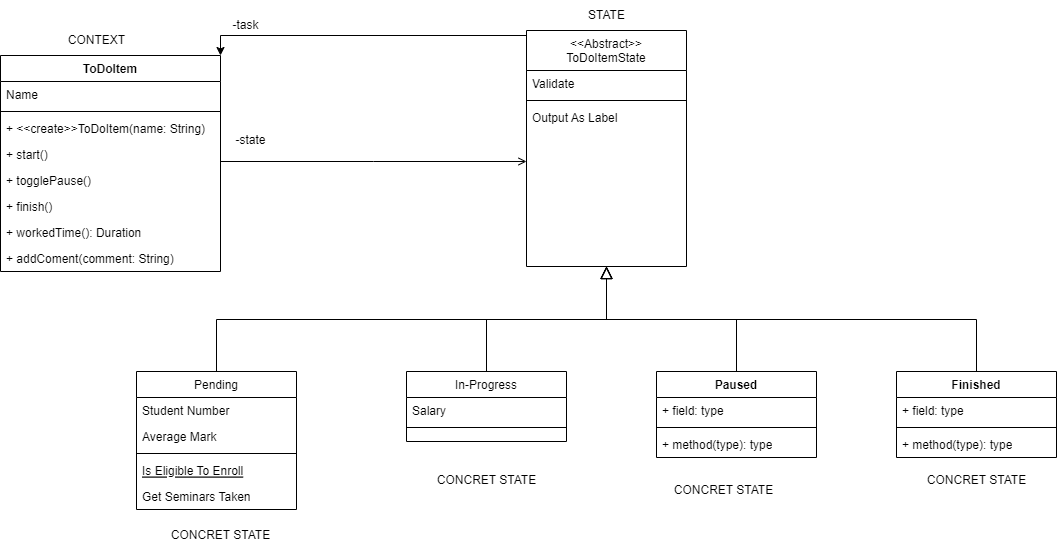
JuCenBer/OO2-Orientacion-Objetos2 keeps this draw.io diagram as UML/ejercicio7.png. Above is the earlier version. Source tidied: cells renumbered, new cells last; positions are measured from the earlier drawing's top-left corner, leaving out a move shared by most shapes.
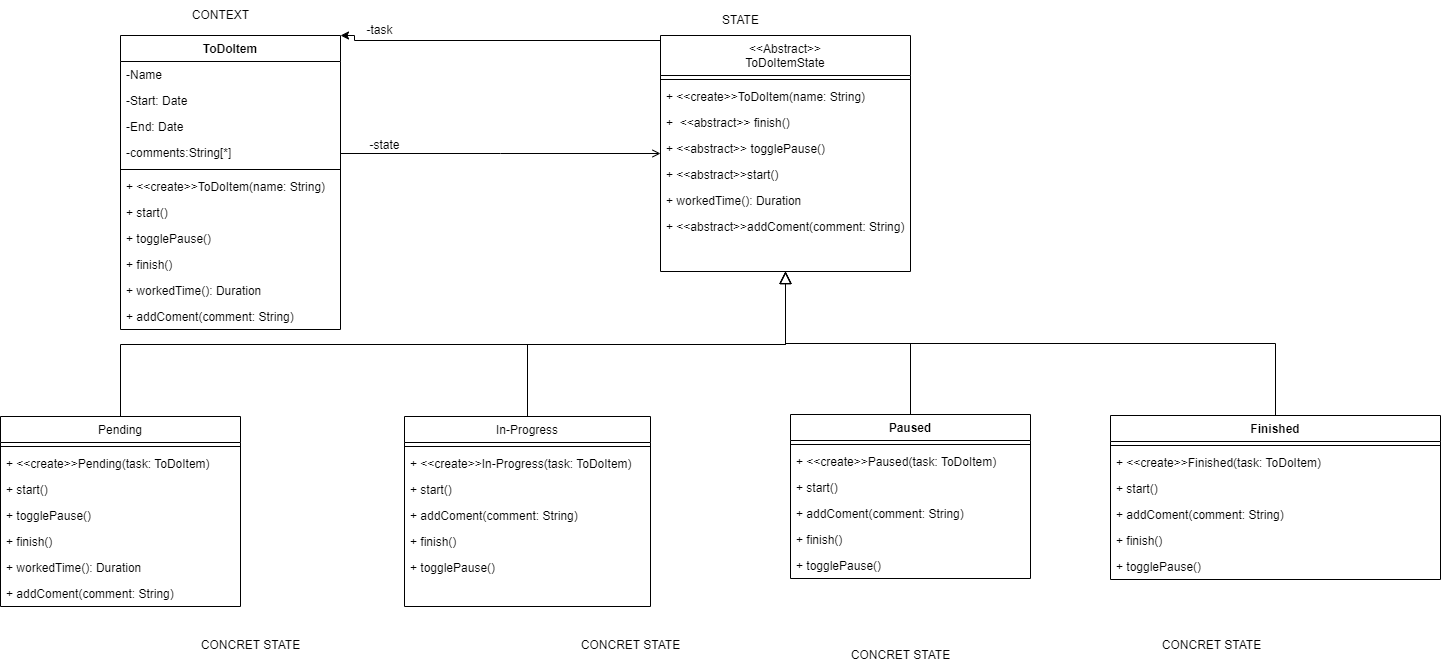
After the change.

What changed in the source:
```diff
@@ -3,62 +3,89 @@
     <mxCell id="0" />
     <mxCell id="1" parent="0" />
     <mxCell id="2" value="ToDoItem" style="swimlane;fontStyle=1;align=center;verticalAlign=top;horizontal=1;startSize=26;rounded=0;shadow=0;strokeWidth=1;" parent="1" vertex="1">
-      <mxGeometry y="55" width="220" height="216" as="geometry" />
+      <mxGeometry x="-14" y="30" width="220" height="294" as="geometry" />
     </mxCell>
+    <mxCell id="46" value="-Name" style="text;align=left;verticalAlign=top;spacingLeft=4;spacingRight=4;overflow=hidden;" parent="2" vertex="1">
+      <mxGeometry y="26" width="220" height="26" as="geometry" />
+    </mxCell>
+    <mxCell id="47" value="-Start: Date" style="text;align=left;verticalAlign=top;spacingLeft=4;spacingRight=4;overflow=hidden;" parent="2" vertex="1">
+      <mxGeometry y="52" width="220" height="26" as="geometry" />
+    </mxCell>
+    <mxCell id="48" value="-End: Date" style="text;align=left;verticalAlign=top;spacingLeft=4;spacingRight=4;overflow=hidden;" parent="2" vertex="1">
+      <mxGeometry y="78" width="220" height="26" as="geometry" />
+    </mxCell>
-    <mxCell id="3" value="Name" style="text;align=left;verticalAlign=top;spacingLeft=4;spacingRight=4;overflow=hidden;" parent="2" vertex="1">
-      <mxGeometry y="26" width="220" height="26" as="geometry" />
+    <mxCell id="3" value="-comments:String[*]" style="text;align=left;verticalAlign=top;spacingLeft=4;spacingRight=4;overflow=hidden;" parent="2" vertex="1">
+      <mxGeometry y="104" width="220" height="26" as="geometry" />
     </mxCell>
     <mxCell id="4" style="line;html=1;strokeWidth=1;align=left;verticalAlign=middle;spacingTop=-1;spacingLeft=3;spacingRight=3;labelPosition=right;" parent="2" vertex="1">
-      <mxGeometry y="52" width="220" height="8" as="geometry" />
+      <mxGeometry y="130" width="220" height="8" as="geometry" />
     </mxCell>
     <mxCell id="5" value="+ &lt;&lt;create&gt;&gt;ToDoItem(name: String)" style="text;align=left;verticalAlign=top;spacingLeft=4;spacingRight=4;overflow=hidden;" parent="2" vertex="1">
-      <mxGeometry y="60" width="220" height="26" as="geometry" />
+      <mxGeometry y="138" width="220" height="26" as="geometry" />
     </mxCell>
     <mxCell id="6" value="+ start()" style="text;align=left;verticalAlign=top;spacingLeft=4;spacingRight=4;overflow=hidden;" parent="2" vertex="1">
-      <mxGeometry y="86" width="220" height="26" as="geometry" />
+      <mxGeometry y="164" width="220" height="26" as="geometry" />
     </mxCell>
     <mxCell id="7" value="+ togglePause()" style="text;align=left;verticalAlign=top;spacingLeft=4;spacingRight=4;overflow=hidden;" parent="2" vertex="1">
-      <mxGeometry y="112" width="220" height="26" as="geometry" />
+      <mxGeometry y="190" width="220" height="26" as="geometry" />
     </mxCell>
     <mxCell id="8" value="+ finish()" style="text;align=left;verticalAlign=top;spacingLeft=4;spacingRight=4;overflow=hidden;" parent="2" vertex="1">
-      <mxGeometry y="138" width="220" height="26" as="geometry" />
+      <mxGeometry y="216" width="220" height="26" as="geometry" />
     </mxCell>
     <mxCell id="9" value="+ workedTime(): Duration" style="text;align=left;verticalAlign=top;spacingLeft=4;spacingRight=4;overflow=hidden;" parent="2" vertex="1">
-      <mxGeometry y="164" width="220" height="26" as="geometry" />
+      <mxGeometry y="242" width="220" height="26" as="geometry" />
     </mxCell>
     <mxCell id="10" value="+ addComent(comment: String)" style="text;align=left;verticalAlign=top;spacingLeft=4;spacingRight=4;overflow=hidden;" parent="2" vertex="1">
-      <mxGeometry y="190" width="220" height="26" as="geometry" />
+      <mxGeometry y="268" width="220" height="26" as="geometry" />
     </mxCell>
     <mxCell id="11" value="Pending" style="swimlane;fontStyle=0;align=center;verticalAlign=top;horizontal=1;startSize=26;rounded=0;shadow=0;strokeWidth=1;" parent="1" vertex="1">
-      <mxGeometry x="136" y="371" width="160" height="138" as="geometry" />
+      <mxGeometry x="-134" y="411" width="240" height="190" as="geometry" />
     </mxCell>
-    <mxCell id="12" value="Student Number" style="text;align=left;verticalAlign=top;spacingLeft=4;spacingRight=4;overflow=hidden;" parent="11" vertex="1">
-      <mxGeometry y="26" width="160" height="26" as="geometry" />
-    </mxCell>
-    <mxCell id="13" value="Average Mark" style="text;align=left;verticalAlign=top;spacingLeft=4;spacingRight=4;overflow=hidden;rounded=0;shadow=0;html=0;" parent="11" vertex="1">
-      <mxGeometry y="52" width="160" height="26" as="geometry" />
-    </mxCell>
     <mxCell id="14" style="line;html=1;strokeWidth=1;align=left;verticalAlign=middle;spacingTop=-1;spacingLeft=3;spacingRight=3;labelPosition=right;" parent="11" vertex="1">
-      <mxGeometry y="78" width="160" height="8" as="geometry" />
+      <mxGeometry y="26" width="240" height="8" as="geometry" />
     </mxCell>
-    <mxCell id="15" value="Is Eligible To Enroll" style="text;align=left;verticalAlign=top;spacingLeft=4;spacingRight=4;overflow=hidden;fontStyle=4;" parent="11" vertex="1">
-      <mxGeometry y="86" width="160" height="26" as="geometry" />
-    </mxCell>
-    <mxCell id="16" value="Get Seminars Taken" style="text;align=left;verticalAlign=top;spacingLeft=4;spacingRight=4;overflow=hidden;" parent="11" vertex="1">
-      <mxGeometry y="112" width="160" height="26" as="geometry" />
-    </mxCell>
+    <mxCell id="49" value="+ &lt;&lt;create&gt;&gt;Pending(task: ToDoItem)" style="text;align=left;verticalAlign=top;spacingLeft=4;spacingRight=4;overflow=hidden;" parent="11" vertex="1">
+      <mxGeometry y="34" width="240" height="26" as="geometry" />
+    </mxCell>
+    <mxCell id="50" value="+ start()" style="text;align=left;verticalAlign=top;spacingLeft=4;spacingRight=4;overflow=hidden;" parent="11" vertex="1">
+      <mxGeometry y="60" width="240" height="26" as="geometry" />
+    </mxCell>
+    <mxCell id="51" value="+ togglePause()" style="text;align=left;verticalAlign=top;spacingLeft=4;spacingRight=4;overflow=hidden;" parent="11" vertex="1">
+      <mxGeometry y="86" width="240" height="26" as="geometry" />
+    </mxCell>
+    <mxCell id="52" value="+ finish()" style="text;align=left;verticalAlign=top;spacingLeft=4;spacingRight=4;overflow=hidden;" parent="11" vertex="1">
+      <mxGeometry y="112" width="240" height="26" as="geometry" />
+    </mxCell>
+    <mxCell id="53" value="+ workedTime(): Duration" style="text;align=left;verticalAlign=top;spacingLeft=4;spacingRight=4;overflow=hidden;" parent="11" vertex="1">
+      <mxGeometry y="138" width="240" height="26" as="geometry" />
+    </mxCell>
+    <mxCell id="54" value="+ addComent(comment: String)" style="text;align=left;verticalAlign=top;spacingLeft=4;spacingRight=4;overflow=hidden;" parent="11" vertex="1">
+      <mxGeometry y="164" width="240" height="26" as="geometry" />
+    </mxCell>
     <mxCell id="17" style="endArrow=block;endSize=10;endFill=0;shadow=0;strokeWidth=1;rounded=0;edgeStyle=elbowEdgeStyle;elbow=vertical;entryX=0.5;entryY=1;entryDx=0;entryDy=0;" parent="1" edge="1" source="11" target="23">
       <mxGeometry relative="1" as="geometry" />
     </mxCell>
     <mxCell id="18" value="In-Progress" style="swimlane;fontStyle=0;align=center;verticalAlign=top;horizontal=1;startSize=26;rounded=0;shadow=0;strokeWidth=1;" parent="1" vertex="1">
-      <mxGeometry x="406" y="371" width="160" height="70" as="geometry" />
+      <mxGeometry x="270" y="411" width="246" height="190" as="geometry" />
     </mxCell>
-    <mxCell id="19" value="Salary" style="text;align=left;verticalAlign=top;spacingLeft=4;spacingRight=4;overflow=hidden;" parent="18" vertex="1">
-      <mxGeometry y="26" width="160" height="26" as="geometry" />
-    </mxCell>
     <mxCell id="20" style="line;html=1;strokeWidth=1;align=left;verticalAlign=middle;spacingTop=-1;spacingLeft=3;spacingRight=3;labelPosition=right;" parent="18" vertex="1">
-      <mxGeometry y="52" width="160" height="8" as="geometry" />
+      <mxGeometry y="26" width="246" height="8" as="geometry" />
     </mxCell>
+    <mxCell id="55" value="+ &lt;&lt;create&gt;&gt;In-Progress(task: ToDoItem)" style="text;align=left;verticalAlign=top;spacingLeft=4;spacingRight=4;overflow=hidden;" parent="18" vertex="1">
+      <mxGeometry y="34" width="246" height="26" as="geometry" />
+    </mxCell>
+    <mxCell id="56" value="+ start()" style="text;align=left;verticalAlign=top;spacingLeft=4;spacingRight=4;overflow=hidden;" parent="18" vertex="1">
+      <mxGeometry y="60" width="246" height="26" as="geometry" />
+    </mxCell>
+    <mxCell id="57" value="+ addComent(comment: String)" style="text;align=left;verticalAlign=top;spacingLeft=4;spacingRight=4;overflow=hidden;" parent="18" vertex="1">
+      <mxGeometry y="86" width="246" height="26" as="geometry" />
+    </mxCell>
+    <mxCell id="58" value="+ finish()" style="text;align=left;verticalAlign=top;spacingLeft=4;spacingRight=4;overflow=hidden;" parent="18" vertex="1">
+      <mxGeometry y="112" width="246" height="26" as="geometry" />
+    </mxCell>
+    <mxCell id="59" value="+ togglePause()" style="text;align=left;verticalAlign=top;spacingLeft=4;spacingRight=4;overflow=hidden;" parent="18" vertex="1">
+      <mxGeometry y="138" width="246" height="26" as="geometry" />
+    </mxCell>
     <mxCell id="21" style="endArrow=block;endSize=10;endFill=0;shadow=0;strokeWidth=1;rounded=0;edgeStyle=elbowEdgeStyle;elbow=vertical;entryX=0.5;entryY=1;entryDx=0;entryDy=0;" parent="1" edge="1" source="18" target="23">
       <mxGeometry relative="1" as="geometry" />
     </mxCell>
@@ -71,17 +98,29 @@
       </mxGeometry>
     </mxCell>
     <mxCell id="23" value="&lt;&lt;Abstract&gt;&gt;&#10;ToDoItemState" style="swimlane;fontStyle=0;align=center;verticalAlign=top;horizontal=1;startSize=40;rounded=0;shadow=0;strokeWidth=1;" parent="1" vertex="1">
-      <mxGeometry x="526" y="30" width="160" height="236" as="geometry" />
+      <mxGeometry x="526" y="30" width="250" height="236" as="geometry" />
     </mxCell>
-    <mxCell id="24" value="Validate" style="text;align=left;verticalAlign=top;spacingLeft=4;spacingRight=4;overflow=hidden;" parent="23" vertex="1">
-      <mxGeometry y="40" width="160" height="26" as="geometry" />
-    </mxCell>
     <mxCell id="25" style="line;html=1;strokeWidth=1;align=left;verticalAlign=middle;spacingTop=-1;spacingLeft=3;spacingRight=3;labelPosition=right;" parent="23" vertex="1">
-      <mxGeometry y="66" width="160" height="8" as="geometry" />
+      <mxGeometry y="40" width="250" height="8" as="geometry" />
     </mxCell>
-    <mxCell id="26" value="Output As Label" style="text;align=left;verticalAlign=top;spacingLeft=4;spacingRight=4;overflow=hidden;" parent="23" vertex="1">
-      <mxGeometry y="74" width="160" height="26" as="geometry" />
-    </mxCell>
+    <mxCell id="60" value="+ &lt;&lt;create&gt;&gt;ToDoItem(name: String)" style="text;align=left;verticalAlign=top;spacingLeft=4;spacingRight=4;overflow=hidden;" parent="23" vertex="1">
+      <mxGeometry y="48" width="250" height="26" as="geometry" />
+    </mxCell>
+    <mxCell id="61" value="+  &lt;&lt;abstract&gt;&gt; finish()" style="text;align=left;verticalAlign=top;spacingLeft=4;spacingRight=4;overflow=hidden;" parent="23" vertex="1">
+      <mxGeometry y="74" width="250" height="26" as="geometry" />
+    </mxCell>
+    <mxCell id="62" value="+ &lt;&lt;abstract&gt;&gt; togglePause()" style="text;align=left;verticalAlign=top;spacingLeft=4;spacingRight=4;overflow=hidden;" parent="23" vertex="1">
+      <mxGeometry y="100" width="250" height="26" as="geometry" />
+    </mxCell>
+    <mxCell id="63" value="+ &lt;&lt;abstract&gt;&gt;start()" style="text;align=left;verticalAlign=top;spacingLeft=4;spacingRight=4;overflow=hidden;" parent="23" vertex="1">
+      <mxGeometry y="126" width="250" height="26" as="geometry" />
+    </mxCell>
+    <mxCell id="64" value="+ workedTime(): Duration" style="text;align=left;verticalAlign=top;spacingLeft=4;spacingRight=4;overflow=hidden;" parent="23" vertex="1">
+      <mxGeometry y="152" width="250" height="26" as="geometry" />
+    </mxCell>
+    <mxCell id="65" value="+ &lt;&lt;abstract&gt;&gt;addComent(comment: String)" style="text;align=left;verticalAlign=top;spacingLeft=4;spacingRight=4;overflow=hidden;" parent="23" vertex="1">
+      <mxGeometry y="178" width="250" height="26" as="geometry" />
+    </mxCell>
     <mxCell id="27" style="endArrow=open;shadow=0;strokeWidth=1;rounded=0;endFill=1;edgeStyle=elbowEdgeStyle;elbow=vertical;" parent="1" edge="1" source="2" target="23">
       <mxGeometry x="0.5" y="41" relative="1" as="geometry">
         <mxPoint x="-40" y="32" as="offset" />
@@ -91,52 +130,70 @@
       <mxGeometry x="225" y="125" width="50" height="30" as="geometry" />
     </mxCell>
     <mxCell id="29" value="Paused" style="swimlane;fontStyle=1;align=center;verticalAlign=top;horizontal=1;startSize=26;whiteSpace=wrap;html=1;" parent="1" vertex="1">
-      <mxGeometry x="656" y="371" width="160" height="86" as="geometry" />
+      <mxGeometry x="656" y="409" width="240" height="164" as="geometry" />
     </mxCell>
-    <mxCell id="30" value="+ field: type" style="text;strokeColor=none;fillColor=none;align=left;verticalAlign=top;spacingLeft=4;spacingRight=4;overflow=hidden;whiteSpace=wrap;html=1;" parent="29" vertex="1">
-      <mxGeometry y="26" width="160" height="26" as="geometry" />
-    </mxCell>
     <mxCell id="31" style="line;strokeWidth=1;fillColor=none;align=left;verticalAlign=middle;spacingTop=-1;spacingLeft=3;spacingRight=3;labelPosition=right;strokeColor=inherit;" parent="29" vertex="1">
-      <mxGeometry y="52" width="160" height="8" as="geometry" />
+      <mxGeometry y="26" width="240" height="8" as="geometry" />
     </mxCell>
-    <mxCell id="32" value="+ method(type): type" style="text;strokeColor=none;fillColor=none;align=left;verticalAlign=top;spacingLeft=4;spacingRight=4;overflow=hidden;whiteSpace=wrap;html=1;" parent="29" vertex="1">
-      <mxGeometry y="60" width="160" height="26" as="geometry" />
-    </mxCell>
+    <mxCell id="66" value="+ &lt;&lt;create&gt;&gt;Paused(task: ToDoItem)" style="text;align=left;verticalAlign=top;spacingLeft=4;spacingRight=4;overflow=hidden;" parent="29" vertex="1">
+      <mxGeometry y="34" width="240" height="26" as="geometry" />
+    </mxCell>
+    <mxCell id="67" value="+ start()" style="text;align=left;verticalAlign=top;spacingLeft=4;spacingRight=4;overflow=hidden;" parent="29" vertex="1">
+      <mxGeometry y="60" width="240" height="26" as="geometry" />
+    </mxCell>
+    <mxCell id="68" value="+ addComent(comment: String)" style="text;align=left;verticalAlign=top;spacingLeft=4;spacingRight=4;overflow=hidden;" parent="29" vertex="1">
+      <mxGeometry y="86" width="240" height="26" as="geometry" />
+    </mxCell>
+    <mxCell id="69" value="+ finish()" style="text;align=left;verticalAlign=top;spacingLeft=4;spacingRight=4;overflow=hidden;" parent="29" vertex="1">
+      <mxGeometry y="112" width="240" height="26" as="geometry" />
+    </mxCell>
+    <mxCell id="70" value="+ togglePause()" style="text;align=left;verticalAlign=top;spacingLeft=4;spacingRight=4;overflow=hidden;" parent="29" vertex="1">
+      <mxGeometry y="138" width="240" height="26" as="geometry" />
+    </mxCell>
     <mxCell id="33" style="endArrow=block;endSize=10;endFill=0;shadow=0;strokeWidth=1;rounded=0;edgeStyle=elbowEdgeStyle;elbow=vertical;entryX=0.5;entryY=1;entryDx=0;entryDy=0;exitX=0.5;exitY=0;exitDx=0;exitDy=0;" parent="1" edge="1" source="29" target="23">
       <mxGeometry relative="1" as="geometry" />
     </mxCell>
     <mxCell id="34" value="Finished" style="swimlane;fontStyle=1;align=center;verticalAlign=top;horizontal=1;startSize=26;whiteSpace=wrap;html=1;" parent="1" vertex="1">
-      <mxGeometry x="896" y="371" width="160" height="86" as="geometry" />
+      <mxGeometry x="976" y="410" width="330" height="164" as="geometry" />
     </mxCell>
-    <mxCell id="35" value="+ field: type" style="text;strokeColor=none;fillColor=none;align=left;verticalAlign=top;spacingLeft=4;spacingRight=4;overflow=hidden;whiteSpace=wrap;html=1;" parent="34" vertex="1">
-      <mxGeometry y="26" width="160" height="26" as="geometry" />
-    </mxCell>
     <mxCell id="36" style="line;strokeWidth=1;fillColor=none;align=left;verticalAlign=middle;spacingTop=-1;spacingLeft=3;spacingRight=3;labelPosition=right;strokeColor=inherit;" parent="34" vertex="1">
-      <mxGeometry y="52" width="160" height="8" as="geometry" />
+      <mxGeometry y="26" width="330" height="8" as="geometry" />
     </mxCell>
-    <mxCell id="37" value="+ method(type): type" style="text;strokeColor=none;fillColor=none;align=left;verticalAlign=top;spacingLeft=4;spacingRight=4;overflow=hidden;whiteSpace=wrap;html=1;" parent="34" vertex="1">
-      <mxGeometry y="60" width="160" height="26" as="geometry" />
-    </mxCell>
+    <mxCell id="71" value="+ &lt;&lt;create&gt;&gt;Finished(task: ToDoItem)" style="text;align=left;verticalAlign=top;spacingLeft=4;spacingRight=4;overflow=hidden;" parent="34" vertex="1">
+      <mxGeometry y="34" width="330" height="26" as="geometry" />
+    </mxCell>
+    <mxCell id="72" value="+ start()" style="text;align=left;verticalAlign=top;spacingLeft=4;spacingRight=4;overflow=hidden;" parent="34" vertex="1">
+      <mxGeometry y="60" width="330" height="26" as="geometry" />
+    </mxCell>
+    <mxCell id="73" value="+ addComent(comment: String)" style="text;align=left;verticalAlign=top;spacingLeft=4;spacingRight=4;overflow=hidden;" parent="34" vertex="1">
+      <mxGeometry y="86" width="330" height="26" as="geometry" />
+    </mxCell>
+    <mxCell id="74" value="+ finish()" style="text;align=left;verticalAlign=top;spacingLeft=4;spacingRight=4;overflow=hidden;" parent="34" vertex="1">
+      <mxGeometry y="112" width="330" height="26" as="geometry" />
+    </mxCell>
+    <mxCell id="75" value="+ togglePause()" style="text;align=left;verticalAlign=top;spacingLeft=4;spacingRight=4;overflow=hidden;" parent="34" vertex="1">
+      <mxGeometry y="138" width="330" height="26" as="geometry" />
+    </mxCell>
     <mxCell id="38" style="endArrow=block;endSize=10;endFill=0;shadow=0;strokeWidth=1;rounded=0;edgeStyle=elbowEdgeStyle;elbow=vertical;exitX=0.5;exitY=0;exitDx=0;exitDy=0;entryX=0.5;entryY=1;entryDx=0;entryDy=0;" parent="1" edge="1" source="34" target="23">
       <mxGeometry relative="1" as="geometry" />
     </mxCell>
     <mxCell id="39" value="CONTEXT" style="text;html=1;align=center;verticalAlign=middle;strokeColor=none;fillColor=none;" parent="1" vertex="1">
-      <mxGeometry x="56" y="25" width="80" height="30" as="geometry" />
+      <mxGeometry x="46" y="-5" width="80" height="30" as="geometry" />
     </mxCell>
     <mxCell id="40" value="STATE" style="text;html=1;align=center;verticalAlign=middle;strokeColor=none;fillColor=none;" parent="1" vertex="1">
       <mxGeometry x="576" width="60" height="30" as="geometry" />
     </mxCell>
     <mxCell id="41" value="CONCRET STATE" style="text;html=1;align=center;verticalAlign=middle;strokeColor=none;fillColor=none;" parent="1" vertex="1">
-      <mxGeometry x="160" y="520" width="120" height="30" as="geometry" />
+      <mxGeometry x="56" y="625" width="120" height="30" as="geometry" />
     </mxCell>
     <mxCell id="42" value="CONCRET STATE" style="text;html=1;align=center;verticalAlign=middle;strokeColor=none;fillColor=none;" parent="1" vertex="1">
-      <mxGeometry x="426" y="465" width="120" height="30" as="geometry" />
+      <mxGeometry x="436" y="625" width="120" height="30" as="geometry" />
     </mxCell>
     <mxCell id="43" value="CONCRET STATE" style="text;html=1;align=center;verticalAlign=middle;strokeColor=none;fillColor=none;" parent="1" vertex="1">
-      <mxGeometry x="663" y="475" width="120" height="30" as="geometry" />
+      <mxGeometry x="706" y="635" width="120" height="30" as="geometry" />
     </mxCell>
     <mxCell id="44" value="CONCRET STATE" style="text;html=1;align=center;verticalAlign=middle;strokeColor=none;fillColor=none;" parent="1" vertex="1">
-      <mxGeometry x="916" y="465" width="120" height="30" as="geometry" />
+      <mxGeometry x="1017" y="625" width="120" height="30" as="geometry" />
     </mxCell>
     <mxCell id="45" value="-task" style="text;html=1;align=center;verticalAlign=middle;strokeColor=none;fillColor=none;" parent="1" vertex="1">
       <mxGeometry x="220" y="10" width="50" height="30" as="geometry" />
```
